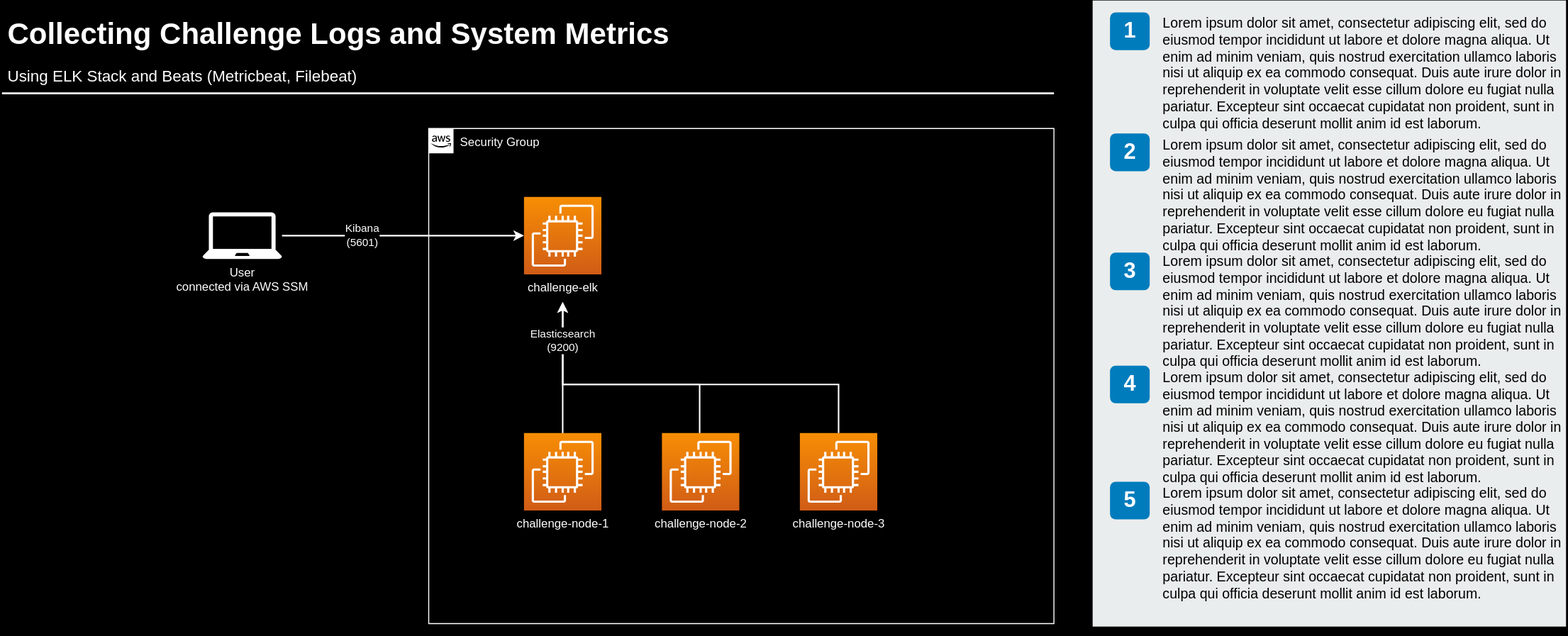
The draw.io diagram docs/drawio/diagrams/collect-challenge-resource-metrics.drawio.svg in Sage-Bionetworks/sage-monorepo, before a commit. Source tidied: cells renumbered, new cells last; positions are measured from the earlier drawing's top-left corner, leaving out a move shared by most shapes.
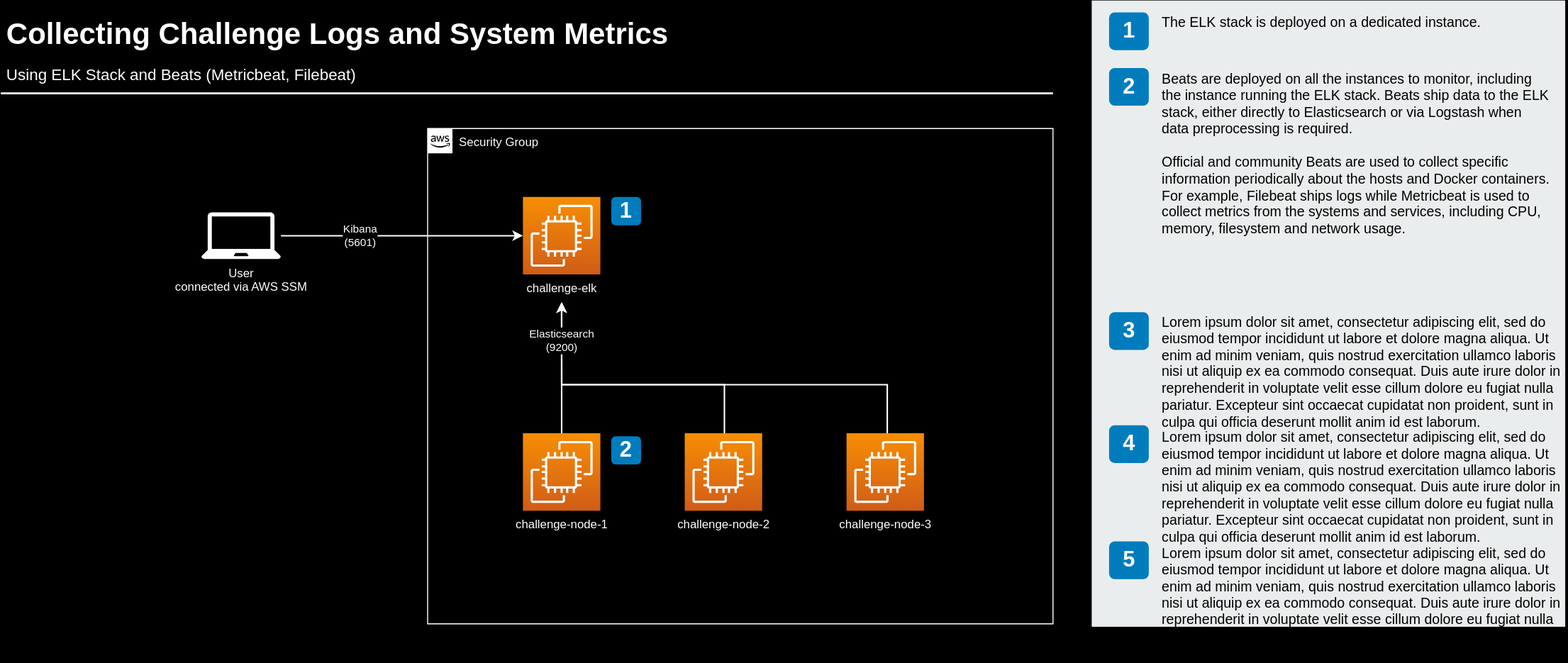
After the commit.

The edit, as a diff of the source:
```diff
@@ -9,10 +9,10 @@
       <mxGeometry x="96" y="307" width="78" height="78" as="geometry" />
     </mxCell>
     <mxCell id="4" value="&lt;font color=&quot;#FFFFFF&quot;&gt;challenge-node-2&lt;/font&gt;" style="sketch=0;points=[[0,0,0],[0.25,0,0],[0.5,0,0],[0.75,0,0],[1,0,0],[0,1,0],[0.25,1,0],[0.5,1,0],[0.75,1,0],[1,1,0],[0,0.25,0],[0,0.5,0],[0,0.75,0],[1,0.25,0],[1,0.5,0],[1,0.75,0]];outlineConnect=0;fontColor=#232F3E;gradientColor=#F78E04;gradientDirection=north;fillColor=#D05C17;strokeColor=#ffffff;dashed=0;verticalLabelPosition=bottom;verticalAlign=top;align=center;html=1;fontSize=12;fontStyle=0;shape=mxgraph.aws4.resourceIcon;resIcon=mxgraph.aws4.ec2;" parent="2" vertex="1">
-      <mxGeometry x="235" y="307" width="78" height="78" as="geometry" />
+      <mxGeometry x="259" y="307" width="78" height="78" as="geometry" />
     </mxCell>
     <mxCell id="5" value="&lt;div&gt;&lt;font color=&quot;#FFFFFF&quot;&gt;challenge-node-3&lt;/font&gt;&lt;/div&gt;" style="sketch=0;points=[[0,0,0],[0.25,0,0],[0.5,0,0],[0.75,0,0],[1,0,0],[0,1,0],[0.25,1,0],[0.5,1,0],[0.75,1,0],[1,1,0],[0,0.25,0],[0,0.5,0],[0,0.75,0],[1,0.25,0],[1,0.5,0],[1,0.75,0]];outlineConnect=0;fontColor=#232F3E;gradientColor=#F78E04;gradientDirection=north;fillColor=#D05C17;strokeColor=#ffffff;dashed=0;verticalLabelPosition=bottom;verticalAlign=top;align=center;html=1;fontSize=12;fontStyle=0;shape=mxgraph.aws4.resourceIcon;resIcon=mxgraph.aws4.ec2;" parent="2" vertex="1">
-      <mxGeometry x="374" y="307" width="78" height="78" as="geometry" />
+      <mxGeometry x="422" y="307" width="78" height="78" as="geometry" />
     </mxCell>
     <mxCell id="6" value="&lt;font color=&quot;#FFFFFF&quot;&gt;challenge-elk&lt;/font&gt;" style="sketch=0;points=[[0,0,0,0,0],[0,0.26,0,0,0],[0,0.5,0,0,0],[0,0.76,0,0,0],[0,1,0,0,0],[0.26,0,0,0,0],[0.26,1,0,0,0],[0.5,0,0,0,0],[0.5,1,0,0,0],[0.5,1,0,0,28],[0.76,0,0,0,0],[0.76,1,0,0,0],[1,0,0,0,0],[1,0.26,0,0,0],[1,0.5,0,0,0],[1,0.76,0,0,0],[1,1,0,0,0]];outlineConnect=0;fontColor=#232F3E;gradientColor=#F78E04;gradientDirection=north;fillColor=#D05C17;strokeColor=#ffffff;dashed=0;verticalLabelPosition=bottom;verticalAlign=top;align=center;html=1;fontSize=12;fontStyle=0;shape=mxgraph.aws4.resourceIcon;resIcon=mxgraph.aws4.ec2;" parent="2" vertex="1">
       <mxGeometry x="96" y="69" width="78" height="78" as="geometry" />
@@ -20,7 +20,7 @@
     <mxCell id="7" style="edgeStyle=orthogonalEdgeStyle;rounded=0;jettySize=auto;html=1;fontColor=#000000;snapToPoint=0;entryX=0.5;entryY=1;entryDx=0;entryDy=28;entryPerimeter=0;strokeColor=#FFFFFF;strokeWidth=1.5;arcSize=14;" parent="2" edge="1" source="4" target="6">
       <mxGeometry relative="1" as="geometry">
         <Array as="points">
-          <mxPoint x="273" y="258" />
+          <mxPoint x="299" y="258" />
           <mxPoint x="135" y="258" />
         </Array>
       </mxGeometry>
@@ -31,11 +31,17 @@
     <mxCell id="9" style="edgeStyle=orthogonalEdgeStyle;rounded=0;jettySize=auto;html=1;entryX=0.5;entryY=1;entryDx=0;entryDy=28;entryPerimeter=0;fontColor=#FFFFFF;strokeColor=#FFFFFF;strokeWidth=1.5;arcSize=14;" parent="2" edge="1" source="5" target="6">
       <mxGeometry relative="1" as="geometry">
         <Array as="points">
-          <mxPoint x="413" y="258" />
+          <mxPoint x="463" y="258" />
           <mxPoint x="135" y="258" />
         </Array>
       </mxGeometry>
     </mxCell>
+    <mxCell id="29" value="1" style="rounded=1;whiteSpace=wrap;html=1;fillColor=#007CBD;strokeColor=none;fontColor=#FFFFFF;fontStyle=1;fontSize=22;labelBackgroundColor=none;" parent="2" vertex="1">
+      <mxGeometry x="185" y="69" width="30" height="28.5" as="geometry" />
+    </mxCell>
+    <mxCell id="30" value="2" style="rounded=1;whiteSpace=wrap;html=1;fillColor=#007CBD;strokeColor=none;fontColor=#FFFFFF;fontStyle=1;fontSize=22;labelBackgroundColor=none;" parent="2" vertex="1">
+      <mxGeometry x="185" y="310" width="30" height="28.5" as="geometry" />
+    </mxCell>
     <mxCell id="10" value="&lt;font color=&quot;#FFFFFF&quot;&gt;Collecting Challenge Logs and System Metrics&lt;/font&gt;" style="text;html=1;align=left;verticalAlign=top;spacingTop=-4;fontSize=30;fontStyle=1;" parent="1" vertex="1">
       <mxGeometry x="4" y="13.5" width="690" height="40" as="geometry" />
     </mxCell>
@@ -52,31 +58,31 @@
       <mxGeometry x="1116.5" y="12" width="40" height="38" as="geometry" />
     </mxCell>
     <mxCell id="15" value="2" style="rounded=1;whiteSpace=wrap;html=1;fillColor=#007CBD;strokeColor=none;fontColor=#FFFFFF;fontStyle=1;fontSize=22;labelBackgroundColor=none;" parent="1" vertex="1">
-      <mxGeometry x="1116.5" y="134" width="40" height="38" as="geometry" />
+      <mxGeometry x="1116.5" y="68" width="40" height="38" as="geometry" />
     </mxCell>
     <mxCell id="16" value="3" style="rounded=1;whiteSpace=wrap;html=1;fillColor=#007CBD;strokeColor=none;fontColor=#FFFFFF;fontStyle=1;fontSize=22;labelBackgroundColor=none;" parent="1" vertex="1">
-      <mxGeometry x="1116.5" y="254" width="40" height="38" as="geometry" />
+      <mxGeometry x="1116.5" y="314" width="40" height="38" as="geometry" />
     </mxCell>
     <mxCell id="17" value="4" style="rounded=1;whiteSpace=wrap;html=1;fillColor=#007CBD;strokeColor=none;fontColor=#FFFFFF;fontStyle=1;fontSize=22;labelBackgroundColor=none;" parent="1" vertex="1">
-      <mxGeometry x="1116.5" y="368" width="40" height="38" as="geometry" />
+      <mxGeometry x="1116.5" y="428" width="40" height="38" as="geometry" />
     </mxCell>
     <mxCell id="18" value="5" style="rounded=1;whiteSpace=wrap;html=1;fillColor=#007CBD;strokeColor=none;fontColor=#FFFFFF;fontStyle=1;fontSize=22;labelBackgroundColor=none;" parent="1" vertex="1">
-      <mxGeometry x="1116.5" y="485" width="40" height="38" as="geometry" />
+      <mxGeometry x="1116.5" y="545" width="40" height="38" as="geometry" />
     </mxCell>
-    <mxCell id="19" value="&lt;span&gt;Lorem ipsum dolor sit amet, consectetur adipiscing elit, sed do eiusmod tempor incididunt ut labore et dolore magna aliqua. Ut enim ad minim veniam, quis nostrud exercitation ullamco laboris nisi ut aliquip ex ea commodo consequat. Duis aute irure dolor in reprehenderit in voluptate velit esse cillum dolore eu fugiat nulla pariatur. Excepteur sint occaecat cupidatat non proident, sunt in culpa qui officia deserunt mollit anim id est laborum.&lt;/span&gt;&lt;br&gt;" style="text;html=1;align=left;verticalAlign=top;spacingTop=-4;fontSize=14;labelBackgroundColor=none;whiteSpace=wrap;" parent="1" vertex="1">
-      <mxGeometry x="1168" y="11.5" width="406" height="118" as="geometry" />
+    <mxCell id="19" value="The ELK stack is deployed on a dedicated instance." style="text;html=1;align=left;verticalAlign=top;spacingTop=-4;fontSize=14;labelBackgroundColor=none;whiteSpace=wrap;" parent="1" vertex="1">
+      <mxGeometry x="1168" y="11.5" width="336" height="36.5" as="geometry" />
     </mxCell>
-    <mxCell id="20" value="&lt;span&gt;Lorem ipsum dolor sit amet, consectetur adipiscing elit, sed do eiusmod tempor incididunt ut labore et dolore magna aliqua. Ut enim ad minim veniam, quis nostrud exercitation ullamco laboris nisi ut aliquip ex ea commodo consequat. Duis aute irure dolor in reprehenderit in voluptate velit esse cillum dolore eu fugiat nulla pariatur. Excepteur sint occaecat cupidatat non proident, sunt in culpa qui officia deserunt mollit anim id est laborum.&lt;/span&gt;&lt;br&gt;" style="text;html=1;align=left;verticalAlign=top;spacingTop=-4;fontSize=14;labelBackgroundColor=none;whiteSpace=wrap;" parent="1" vertex="1">
-      <mxGeometry x="1167.5" y="134.5" width="406.5" height="115" as="geometry" />
+    <mxCell id="20" value="&lt;div&gt;Beats are deployed on all the instances to monitor, including the instance running the ELK stack. Beats ship data to the ELK stack, either directly to Elasticsearch or via Logstash when data preprocessing is required.&lt;br&gt;&lt;br&gt;Official and community Beats are used to collect specific information periodically about the hosts and Docker containers. For example, Filebeat ships logs while Metricbeat is used to collect metrics from the systems and services, including CPU, memory, filesystem and network usage.&lt;br&gt;&lt;/div&gt;" style="text;html=1;align=left;verticalAlign=top;spacingTop=-4;fontSize=14;labelBackgroundColor=none;whiteSpace=wrap;" parent="1" vertex="1">
+      <mxGeometry x="1167.5" y="68.5" width="393.5" height="182.5" as="geometry" />
     </mxCell>
     <mxCell id="21" value="&lt;span&gt;Lorem ipsum dolor sit amet, consectetur adipiscing elit, sed do eiusmod tempor incididunt ut labore et dolore magna aliqua. Ut enim ad minim veniam, quis nostrud exercitation ullamco laboris nisi ut aliquip ex ea commodo consequat. Duis aute irure dolor in reprehenderit in voluptate velit esse cillum dolore eu fugiat nulla pariatur. Excepteur sint occaecat cupidatat non proident, sunt in culpa qui officia deserunt mollit anim id est laborum.&lt;/span&gt;&lt;br&gt;" style="text;html=1;align=left;verticalAlign=top;spacingTop=-4;fontSize=14;labelBackgroundColor=none;whiteSpace=wrap;" parent="1" vertex="1">
-      <mxGeometry x="1167.5" y="252.5" width="408.5" height="117" as="geometry" />
+      <mxGeometry x="1167.5" y="312.5" width="408.5" height="117" as="geometry" />
     </mxCell>
     <mxCell id="22" value="&lt;span&gt;Lorem ipsum dolor sit amet, consectetur adipiscing elit, sed do eiusmod tempor incididunt ut labore et dolore magna aliqua. Ut enim ad minim veniam, quis nostrud exercitation ullamco laboris nisi ut aliquip ex ea commodo consequat. Duis aute irure dolor in reprehenderit in voluptate velit esse cillum dolore eu fugiat nulla pariatur. Excepteur sint occaecat cupidatat non proident, sunt in culpa qui officia deserunt mollit anim id est laborum.&lt;/span&gt;&lt;br&gt;" style="text;html=1;align=left;verticalAlign=top;spacingTop=-4;fontSize=14;labelBackgroundColor=none;whiteSpace=wrap;" parent="1" vertex="1">
-      <mxGeometry x="1167.5" y="368.5" width="409.5" height="121" as="geometry" />
+      <mxGeometry x="1167.5" y="428.5" width="409.5" height="121" as="geometry" />
     </mxCell>
     <mxCell id="23" value="&lt;span&gt;Lorem ipsum dolor sit amet, consectetur adipiscing elit, sed do eiusmod tempor incididunt ut labore et dolore magna aliqua. Ut enim ad minim veniam, quis nostrud exercitation ullamco laboris nisi ut aliquip ex ea commodo consequat. Duis aute irure dolor in reprehenderit in voluptate velit esse cillum dolore eu fugiat nulla pariatur. Excepteur sint occaecat cupidatat non proident, sunt in culpa qui officia deserunt mollit anim id est laborum.&lt;/span&gt;&lt;br&gt;" style="text;html=1;align=left;verticalAlign=top;spacingTop=-4;fontSize=14;labelBackgroundColor=none;whiteSpace=wrap;" parent="1" vertex="1">
-      <mxGeometry x="1168" y="485.5" width="407" height="114" as="geometry" />
+      <mxGeometry x="1168" y="545.5" width="407" height="114" as="geometry" />
     </mxCell>
     <mxCell id="24" style="edgeStyle=orthogonalEdgeStyle;rounded=0;jettySize=auto;html=1;entryX=0;entryY=0.5;entryDx=0;entryDy=0;entryPerimeter=0;fontColor=#000000;strokeColor=#FFFFFF;strokeWidth=1.5;" parent="1" edge="1" source="25" target="6">
       <mxGeometry relative="1" as="geometry" />
```
